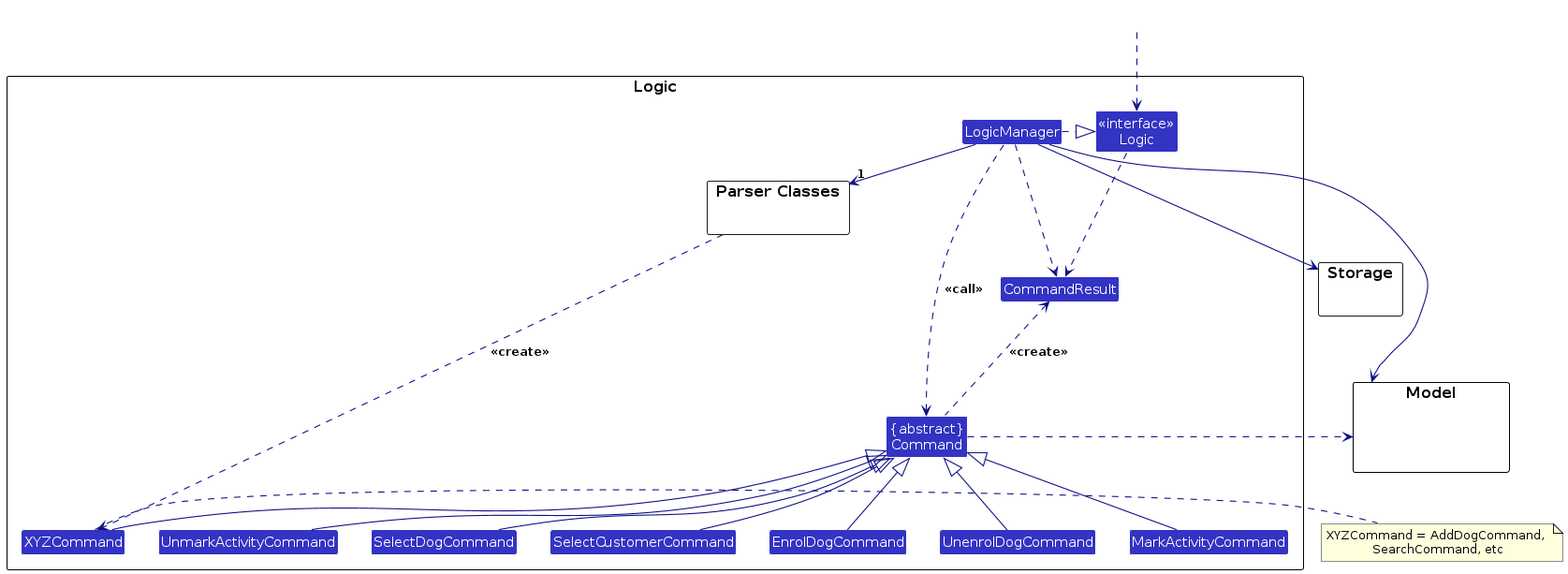
AY2627S1-CS2103T-T15-4/tp keeps this PlantUML diagram as diagrams/LogicClassDiagram.png. Above is the earlier version. Its source is kept beside it as diagrams/LogicClassDiagram.puml.
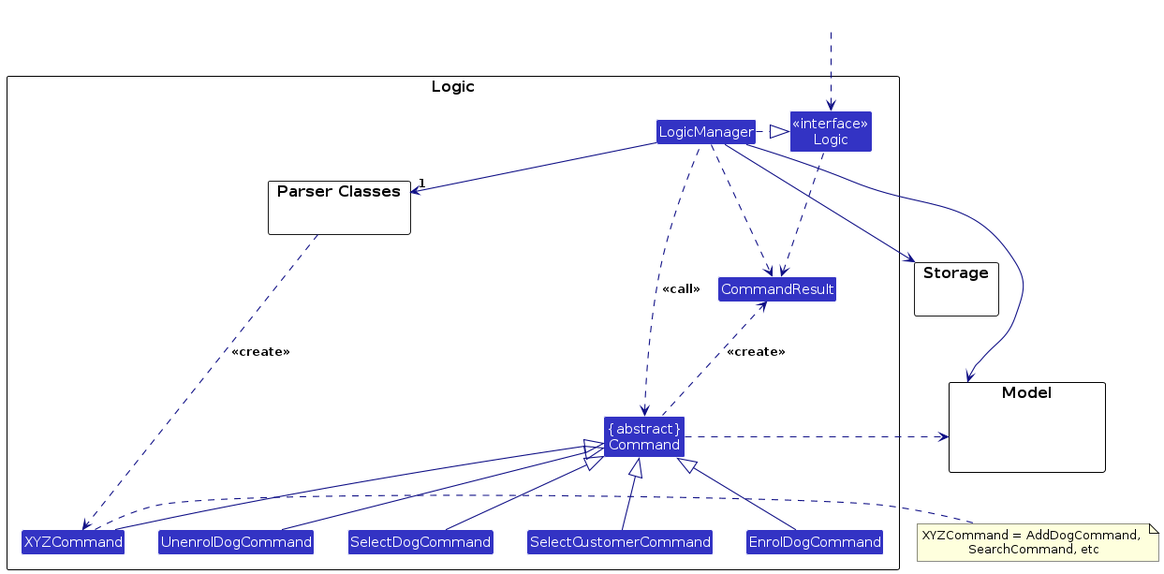
After the commit.

Change to the diagram source:
```diff
@@ -11,8 +11,6 @@
 Class XYZCommand
 Class EnrolDogCommand
 Class UnenrolDogCommand
-Class MarkActivityCommand
-Class UnmarkActivityCommand
 Class SelectDogCommand
 Class SelectCustomerCommand
 Class CommandResult
@@ -40,8 +38,6 @@
 XYZCommand -up-|> Command
 EnrolDogCommand -up-|> Command
 UnenrolDogCommand -up-|> Command
-MarkActivityCommand -up-|> Command
-UnmarkActivityCommand -up-|> Command
 SelectDogCommand -up-|> Command
 SelectCustomerCommand -up-|> Command
 LogicManager .left.> Command : <<call>>
```
